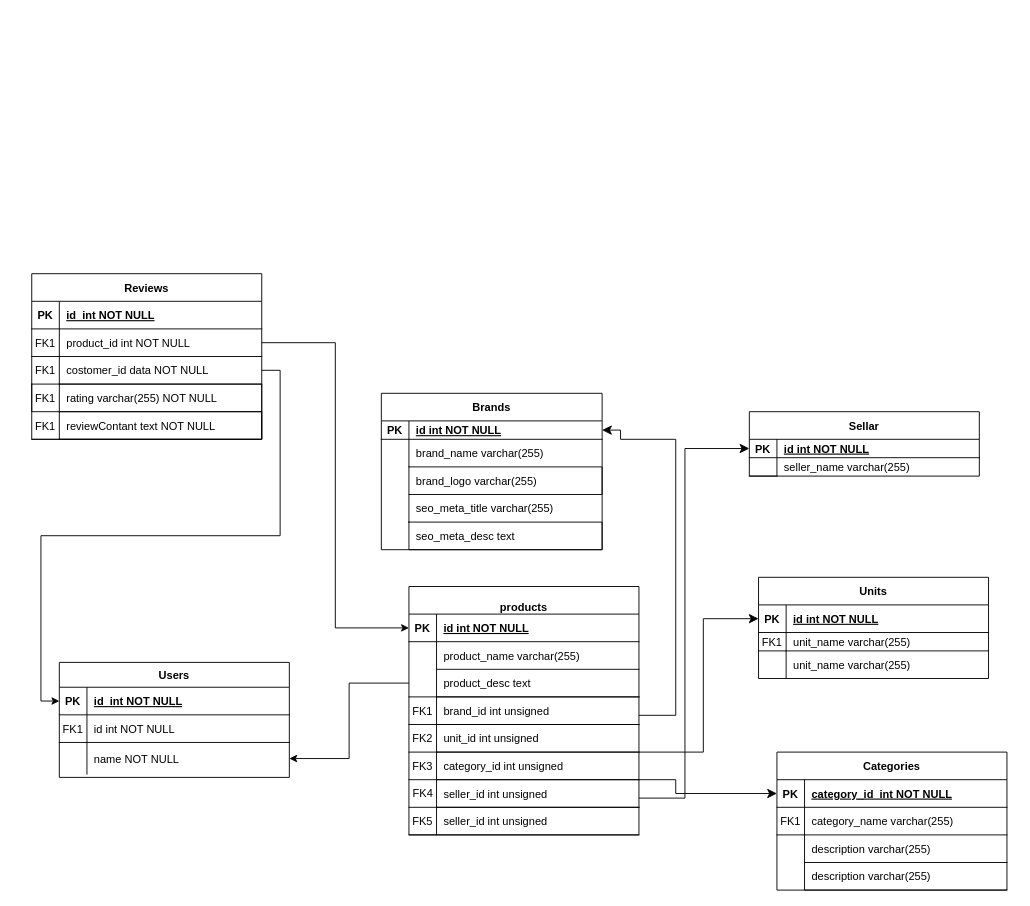
The draw.io diagram database/migrations/Untitled Diagram.drawio in namanbairagi3/electro, before the edit. Source tidied: cells renumbered, new cells numbered last; positions are measured from the earlier drawing's top-left corner, leaving out a move shared by most shapes. Both pictures are drawn from the tidied source at 92%, with x=0, y=0 at pixel (31, 273).
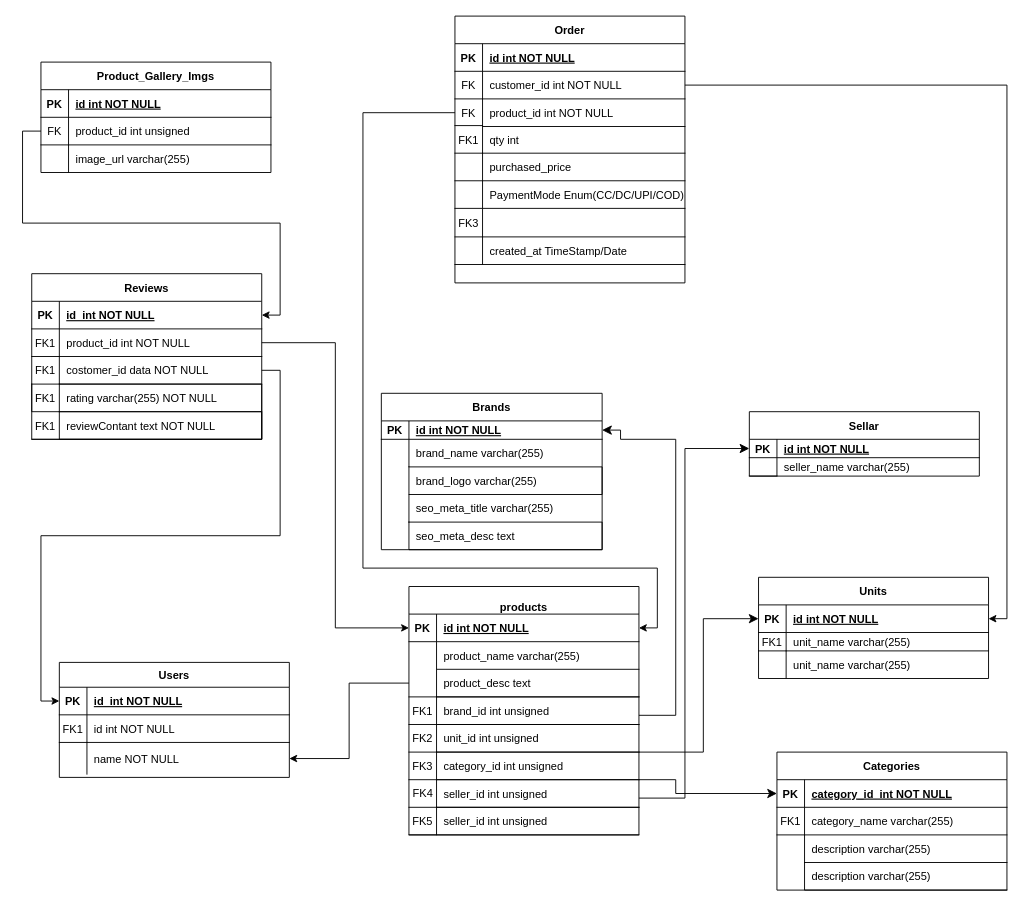
The same page after the edit.

The change refers to these unchanged cells:
```xml
<mxCell id="3" style="shape=partialRectangle;fillColor=none;points=[[0,0.5],[1,0.5]];portConstraint=eastwest;top=0;left=0;right=0;bottom=1;" parent="2" vertex="1">
  <mxGeometry y="30" width="250" height="30" as="geometry" />
</mxCell>
<mxCell id="58" style="shape=partialRectangle;fillColor=none;points=[[0,0.5],[1,0.5]];portConstraint=eastwest;top=0;left=0;right=0;bottom=1;" parent="57" vertex="1">
  <mxGeometry y="30" width="250" height="30" as="geometry" />
</mxCell>
<mxCell id="78" style="shape=partialRectangle;fillColor=none;points=[[0,0.5],[1,0.5]];portConstraint=eastwest;top=0;left=0;right=0;bottom=1;" parent="77" vertex="1">
  <mxGeometry y="30" width="250" height="30" as="geometry" />
</mxCell>
```

Change to the diagram source:
```diff
@@
+    <mxCell id="97" style="group;" parent="1" vertex="1">
+      <mxGeometry x="460" y="-280" width="250" height="290" as="geometry" />
+    </mxCell>
+    <mxCell id="98" style="group;" parent="97" vertex="1">
+      <mxGeometry width="250" height="290" as="geometry" />
+    </mxCell>
+    <mxCell id="99" value="purchased_price" style="shape=partialRectangle;overflow=hidden;fillColor=none;top=1;left=1;bottom=1;right=0;align=left;spacingLeft=6;labelBorderColor=none;" parent="98" vertex="1">
+      <mxGeometry x="30" y="149" width="220" height="30" as="geometry" />
+    </mxCell>
+    <mxCell id="100" value="FK1" style="shape=partialRectangle;overflow=hidden;fillColor=none;top=1;left=0;bottom=0;right=0;" parent="98" vertex="1">
+      <mxGeometry y="119" width="30" height="30" as="geometry" />
+    </mxCell>
+    <mxCell id="101" style="shape=partialRectangle;overflow=hidden;fillColor=none;top=1;left=0;bottom=1;right=0;" parent="98" vertex="1">
+      <mxGeometry y="149" width="30" height="30" as="geometry" />
+    </mxCell>
+    <mxCell id="102" style="group;" parent="98" vertex="1">
+      <mxGeometry width="250" height="290" as="geometry" />
+    </mxCell>
+    <mxCell id="103" style="shape=partialRectangle;overflow=hidden;fillColor=none;top=0;left=1;bottom=1;right=0;align=left;spacingLeft=6;labelBorderColor=none;" parent="102" vertex="1">
+      <mxGeometry x="30" y="210" width="220" height="30" as="geometry" />
+    </mxCell>
+    <mxCell id="104" value="FK3" style="shape=partialRectangle;overflow=hidden;fillColor=none;top=0;left=0;bottom=1;right=0;" parent="102" vertex="1">
+      <mxGeometry y="210" width="30" height="30" as="geometry" />
+    </mxCell>
+    <mxCell id="105" style="group;" parent="102" vertex="1">
+      <mxGeometry width="250" height="290" as="geometry" />
+    </mxCell>
+    <mxCell id="106" value="Order" style="shape=table;startSize=30;childLayout=tableLayout;rowLines=0;fontStyle=1;align=center;" parent="105" vertex="1">
+      <mxGeometry width="250" height="290" as="geometry" />
+    </mxCell>
+    <mxCell id="107" style="shape=partialRectangle;fillColor=none;top=0;left=0;right=0;bottom=1;" parent="106" vertex="1">
+      <mxGeometry y="30" width="250" height="30" as="geometry" />
+    </mxCell>
+    <mxCell id="108" value="PK" style="shape=partialRectangle;overflow=hidden;fillColor=none;top=0;left=0;bottom=0;right=0;fontStyle=1;" parent="107" vertex="1">
+      <mxGeometry width="30" height="30" as="geometry" />
+    </mxCell>
+    <mxCell id="109" value="id int NOT NULL " style="shape=partialRectangle;overflow=hidden;fillColor=none;top=0;left=0;bottom=0;right=0;align=left;spacingLeft=6;fontStyle=5;" parent="107" vertex="1">
+      <mxGeometry x="30" width="220" height="30" as="geometry" />
+    </mxCell>
+    <mxCell id="110" style="shape=partialRectangle;fillColor=none;points=[[0,0.5],[1,0.5]];portConstraint=eastwest;top=0;left=0;right=0;bottom=0;" parent="106" vertex="1">
+      <mxGeometry y="60" width="250" height="30" as="geometry" />
+    </mxCell>
+    <mxCell id="111" value="FK" style="shape=partialRectangle;overflow=hidden;fillColor=none;top=0;left=0;bottom=0;right=0;" parent="110" vertex="1">
+      <mxGeometry width="30" height="30" as="geometry" />
+    </mxCell>
+    <mxCell id="112" value="customer_id int NOT NULL" style="shape=partialRectangle;overflow=hidden;fillColor=none;top=0;left=0;bottom=0;right=0;align=left;spacingLeft=6;" parent="110" vertex="1">
+      <mxGeometry x="30" width="220" height="30" as="geometry" />
+    </mxCell>
+    <mxCell id="113" style="shape=partialRectangle;fillColor=none;points=[[0,0.5],[1,0.5]];portConstraint=eastwest;top=0;left=0;right=0;bottom=0;" parent="106" vertex="1">
+      <mxGeometry y="90" width="250" height="30" as="geometry" />
+    </mxCell>
+    <mxCell id="114" value="FK" style="shape=partialRectangle;overflow=hidden;fillColor=none;top=1;left=0;bottom=0;right=0;" parent="113" vertex="1">
+      <mxGeometry width="30" height="30" as="geometry" />
+    </mxCell>
+    <mxCell id="115" value="product_id int NOT NULL" style="shape=partialRectangle;overflow=hidden;fillColor=none;top=1;left=0;bottom=0;right=0;align=left;spacingLeft=6;" parent="113" vertex="1">
+      <mxGeometry x="30" width="220" height="30" as="geometry" />
+    </mxCell>
+    <mxCell id="116" style="shape=partialRectangle;fillColor=none;top=0;left=0;right=0;bottom=0;" parent="106" vertex="1">
+      <mxGeometry y="120" width="250" height="30" as="geometry" />
+    </mxCell>
+    <mxCell id="117" style="shape=partialRectangle;overflow=hidden;fillColor=none;top=0;left=0;bottom=0;right=0;" parent="116" vertex="1">
+      <mxGeometry width="30" height="30" as="geometry" />
+    </mxCell>
+    <mxCell id="118" value="qty int" style="shape=partialRectangle;overflow=hidden;fillColor=none;top=1;left=0;bottom=0;right=0;align=left;spacingLeft=6;" parent="116" vertex="1">
+      <mxGeometry x="30" width="220" height="30" as="geometry" />
+    </mxCell>
+    <mxCell id="119" value="created_at TimeStamp/Date" style="shape=partialRectangle;overflow=hidden;fillColor=none;top=0;left=1;bottom=1;right=0;align=left;spacingLeft=6;labelBorderColor=none;" parent="105" vertex="1">
+      <mxGeometry x="30" y="240" width="220" height="30" as="geometry" />
+    </mxCell>
+    <mxCell id="120" style="shape=partialRectangle;overflow=hidden;fillColor=none;top=0;left=0;bottom=1;right=0;" parent="105" vertex="1">
+      <mxGeometry y="240" width="30" height="30" as="geometry" />
+    </mxCell>
+    <mxCell id="121" value="PaymentMode Enum(CC/DC/UPI/COD)" style="shape=partialRectangle;overflow=hidden;fillColor=none;top=0;left=1;bottom=1;right=0;align=left;spacingLeft=6;labelBorderColor=none;" parent="97" vertex="1">
+      <mxGeometry x="30" y="179" width="220" height="30" as="geometry" />
+    </mxCell>
+    <mxCell id="122" style="shape=partialRectangle;overflow=hidden;fillColor=none;top=0;left=0;bottom=1;right=0;" parent="97" vertex="1">
+      <mxGeometry y="179" width="30" height="30" as="geometry" />
+    </mxCell>
+    <mxCell id="123" style="edgeStyle=orthogonalEdgeStyle;rounded=0;jettySize=auto;html=1;entryX=1;entryY=0.5;entryDx=0;entryDy=0;" parent="1" edge="1" source="110" target="3">
+      <mxGeometry relative="1" as="geometry" />
+    </mxCell>
+    <mxCell id="124" style="edgeStyle=orthogonalEdgeStyle;rounded=0;jettySize=auto;html=1;entryX=1;entryY=0.5;entryDx=0;entryDy=0;" parent="1" edge="1" source="113" target="78">
+      <mxGeometry relative="1" as="geometry">
+        <Array as="points">
+          <mxPoint x="360" y="-175" />
+          <mxPoint x="360" y="320" />
+          <mxPoint x="680" y="320" />
+          <mxPoint x="680" y="385" />
+        </Array>
+      </mxGeometry>
+    </mxCell>
+    <mxCell id="125" value="Product_Gallery_Imgs" style="shape=table;startSize=30;childLayout=tableLayout;rowLines=0;fontStyle=1;align=center;" parent="1" vertex="1">
+      <mxGeometry x="10" y="-230" width="250" height="120" as="geometry" />
+    </mxCell>
+    <mxCell id="126" style="shape=partialRectangle;fillColor=none;top=0;left=0;right=0;bottom=1;" parent="125" vertex="1">
+      <mxGeometry y="30" width="250" height="30" as="geometry" />
+    </mxCell>
+    <mxCell id="127" value="PK" style="shape=partialRectangle;overflow=hidden;fillColor=none;top=0;left=0;bottom=0;right=0;fontStyle=1;" parent="126" vertex="1">
+      <mxGeometry width="30" height="30" as="geometry" />
+    </mxCell>
+    <mxCell id="128" value="id int NOT NULL " style="shape=partialRectangle;overflow=hidden;fillColor=none;top=0;left=0;bottom=0;right=0;align=left;spacingLeft=6;fontStyle=5;" parent="126" vertex="1">
+      <mxGeometry x="30" width="220" height="30" as="geometry" />
+    </mxCell>
+    <mxCell id="129" style="shape=partialRectangle;fillColor=none;points=[[0,0.5],[1,0.5]];portConstraint=eastwest;top=0;left=0;right=0;bottom=0;" parent="125" vertex="1">
+      <mxGeometry y="60" width="250" height="30" as="geometry" />
+    </mxCell>
+    <mxCell id="130" value="FK" style="shape=partialRectangle;overflow=hidden;fillColor=none;top=0;left=0;bottom=0;right=0;" parent="129" vertex="1">
+      <mxGeometry width="30" height="30" as="geometry" />
+    </mxCell>
+    <mxCell id="131" value="product_id int unsigned" style="shape=partialRectangle;overflow=hidden;fillColor=none;top=0;left=0;bottom=0;right=0;align=left;spacingLeft=6;" parent="129" vertex="1">
+      <mxGeometry x="30" width="220" height="30" as="geometry" />
+    </mxCell>
+    <mxCell id="132" style="shape=partialRectangle;fillColor=none;top=0;left=0;right=0;bottom=0;" parent="125" vertex="1">
+      <mxGeometry y="90" width="250" height="30" as="geometry" />
+    </mxCell>
+    <mxCell id="133" style="shape=partialRectangle;overflow=hidden;fillColor=none;top=1;left=0;bottom=0;right=0;" parent="132" vertex="1">
+      <mxGeometry width="30" height="30" as="geometry" />
+    </mxCell>
+    <mxCell id="134" value="image_url varchar(255)" style="shape=partialRectangle;overflow=hidden;fillColor=none;top=1;left=0;bottom=0;right=0;align=left;spacingLeft=6;" parent="132" vertex="1">
+      <mxGeometry x="30" width="220" height="30" as="geometry" />
+    </mxCell>
+    <mxCell id="135" style="edgeStyle=orthogonalEdgeStyle;rounded=0;jettySize=auto;html=1;entryX=1;entryY=0.5;entryDx=0;entryDy=0;" parent="1" edge="1" source="129" target="58">
+      <mxGeometry relative="1" as="geometry" />
+    </mxCell>
```
